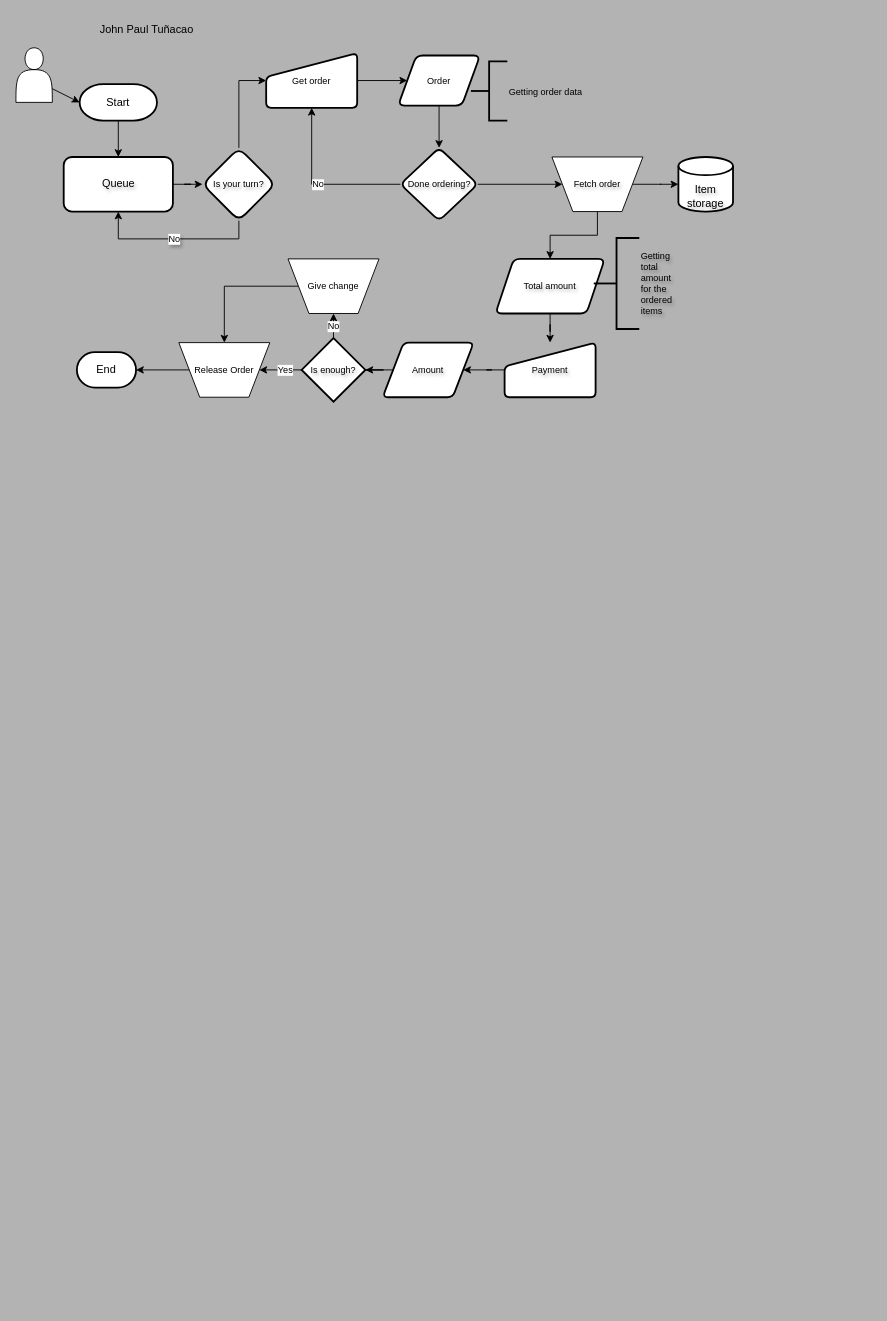
Earlier version of the draw.io diagram Canteen.drawio (Xzud/git_practice). Source tidied: cells renumbered, new cells numbered last; positions are measured from the earlier drawing's top-left corner, leaving out a move shared by most shapes. Both pictures are drawn from the tidied source at 91%, with x=0, y=0 at pixel (15, 15).
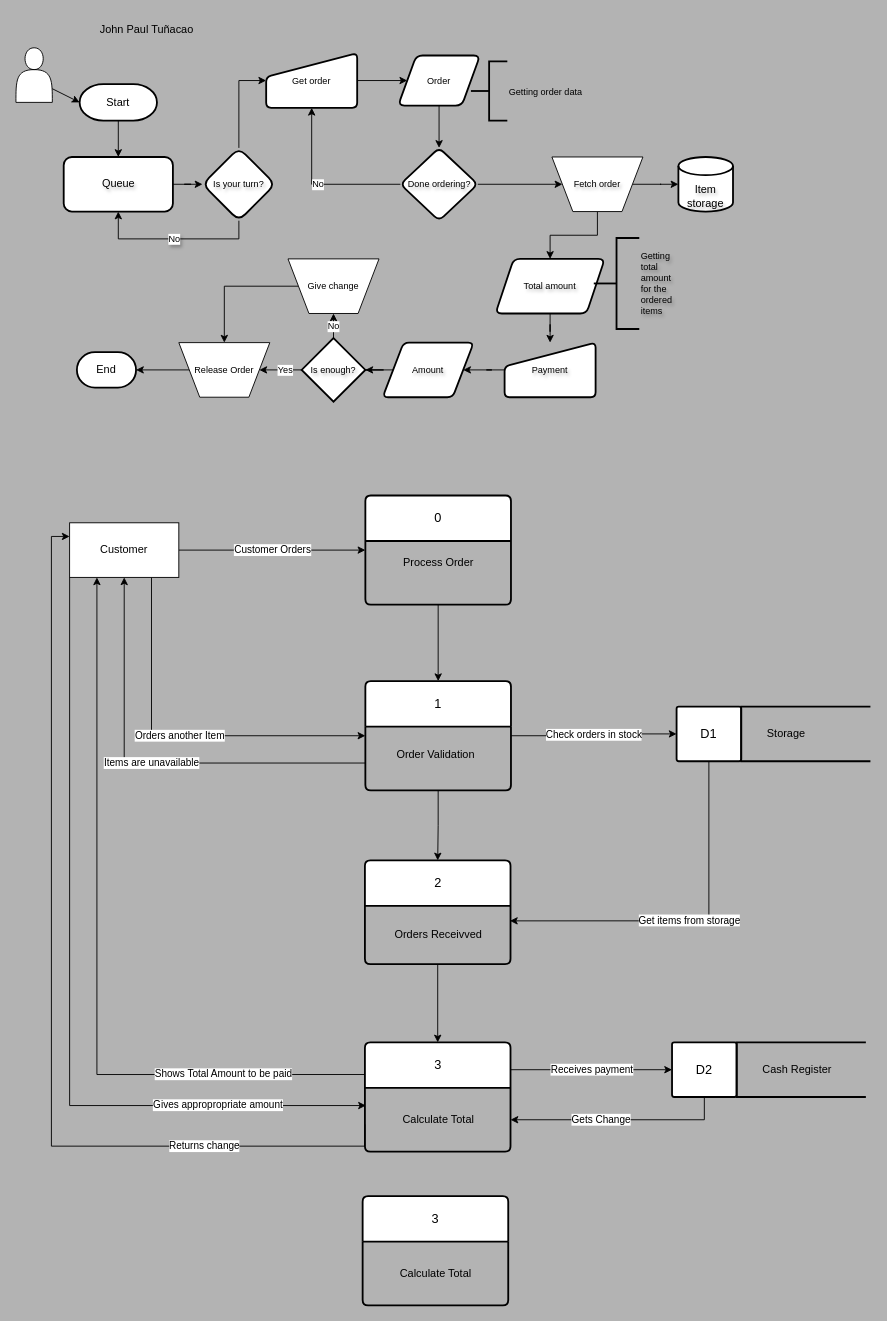
The same page after the edit.

The edit, as a diff of the source:
```diff
@@
+    <mxCell id="40" value="Customer Orders" style="edgeStyle=orthogonalEdgeStyle;rounded=0;jettySize=auto;html=1;exitX=1;exitY=0.5;exitDx=0;exitDy=0;entryX=0;entryY=0.5;entryDx=0;entryDy=0;fontSize=11;" parent="1" edge="1" source="42" target="44">
+      <mxGeometry relative="1" as="geometry" />
+    </mxCell>
+    <mxCell id="41" value="Orders another Item" style="edgeStyle=orthogonalEdgeStyle;rounded=0;jettySize=auto;html=1;exitX=0.75;exitY=1;exitDx=0;exitDy=0;entryX=0;entryY=0.5;entryDx=0;entryDy=0;" parent="1" edge="1" source="42" target="48">
+      <mxGeometry relative="1" as="geometry" />
+    </mxCell>
+    <mxCell id="42" value="Customer" style="rounded=0;whiteSpace=wrap;html=1;" parent="1" vertex="1">
+      <mxGeometry x="59" y="557" width="120" height="60" as="geometry" />
+    </mxCell>
+    <mxCell id="43" style="edgeStyle=orthogonalEdgeStyle;rounded=0;jettySize=auto;html=1;exitX=0.5;exitY=1;exitDx=0;exitDy=0;" parent="1" edge="1" source="44" target="48">
+      <mxGeometry relative="1" as="geometry" />
+    </mxCell>
+    <mxCell id="44" value="0" style="swimlane;horizontal=1;startSize=50;rounded=1;fontSize=14;fontStyle=0;strokeWidth=2;shadow=0;dashed=0;align=center;arcSize=4;whiteSpace=wrap;html=1;" parent="1" vertex="1">
+      <mxGeometry x="384" y="527" width="160" height="120" as="geometry" />
+    </mxCell>
+    <mxCell id="45" value="Items are unavailable" style="edgeStyle=orthogonalEdgeStyle;rounded=0;jettySize=auto;html=1;exitX=0;exitY=0.75;exitDx=0;exitDy=0;entryX=0.5;entryY=1;entryDx=0;entryDy=0;" parent="1" edge="1" source="48" target="42">
+      <mxGeometry relative="1" as="geometry" />
+    </mxCell>
+    <mxCell id="46" style="edgeStyle=orthogonalEdgeStyle;rounded=0;jettySize=auto;html=1;exitX=0.5;exitY=1;exitDx=0;exitDy=0;" parent="1" edge="1" source="48" target="52">
+      <mxGeometry relative="1" as="geometry" />
+    </mxCell>
+    <mxCell id="47" value="Check orders in stock" style="edgeStyle=orthogonalEdgeStyle;rounded=0;jettySize=auto;html=1;exitX=1;exitY=0.5;exitDx=0;exitDy=0;entryX=0;entryY=0.5;entryDx=0;entryDy=0;" parent="1" edge="1" source="48" target="65">
+      <mxGeometry relative="1" as="geometry" />
+    </mxCell>
+    <mxCell id="48" value="1" style="swimlane;horizontal=1;startSize=50;rounded=1;fontSize=14;fontStyle=0;strokeWidth=2;shadow=0;dashed=0;align=center;arcSize=4;whiteSpace=wrap;html=1;" parent="1" vertex="1">
+      <mxGeometry x="384" y="731" width="160" height="120" as="geometry" />
+    </mxCell>
+    <mxCell id="49" value="Process Order" style="text;html=1;align=center;verticalAlign=middle;strokeColor=none;fillColor=none;" parent="1" vertex="1">
+      <mxGeometry x="416" y="588" width="95" height="26" as="geometry" />
+    </mxCell>
+    <mxCell id="50" value="Order Validation" style="text;html=1;align=center;verticalAlign=middle;strokeColor=none;fillColor=none;" parent="1" vertex="1">
+      <mxGeometry x="409" y="799" width="104" height="26" as="geometry" />
+    </mxCell>
+    <mxCell id="51" value="Shows Total Amount to be paid" style="edgeStyle=orthogonalEdgeStyle;rounded=0;jettySize=auto;html=1;exitX=0.005;exitY=0.294;exitDx=0;exitDy=0;entryX=0.25;entryY=1;entryDx=0;entryDy=0;exitPerimeter=0;" parent="1" edge="1" source="57" target="42">
+      <mxGeometry x="-0.63" relative="1" as="geometry" />
+    </mxCell>
+    <mxCell id="52" value="2" style="swimlane;horizontal=1;startSize=50;rounded=1;fontSize=14;fontStyle=0;strokeWidth=2;shadow=0;dashed=0;align=center;arcSize=4;whiteSpace=wrap;html=1;" parent="1" vertex="1">
+      <mxGeometry x="383.5" y="928" width="160" height="114" as="geometry" />
+    </mxCell>
+    <mxCell id="53" value="Orders Receivved" style="text;html=1;align=center;verticalAlign=middle;points=[];strokeColor=none;fillColor=none;" parent="52" vertex="1">
+      <mxGeometry y="50" width="160" height="64" as="geometry" />
+    </mxCell>
+    <mxCell id="54" value="Get items from storage" style="edgeStyle=orthogonalEdgeStyle;rounded=0;jettySize=auto;html=1;exitX=0.5;exitY=1;exitDx=0;exitDy=0;entryX=0.996;entryY=0.257;entryDx=0;entryDy=0;entryPerimeter=0;" parent="1" edge="1" source="65" target="53">
+      <mxGeometry relative="1" as="geometry" />
+    </mxCell>
+    <mxCell id="55" value="Receives payment" style="edgeStyle=orthogonalEdgeStyle;rounded=0;jettySize=auto;html=1;exitX=1;exitY=0.25;exitDx=0;exitDy=0;entryX=0;entryY=0.5;entryDx=0;entryDy=0;" parent="1" edge="1" source="57" target="62">
+      <mxGeometry relative="1" as="geometry" />
+    </mxCell>
+    <mxCell id="56" value="Returns change" style="edgeStyle=orthogonalEdgeStyle;rounded=0;jettySize=auto;html=1;exitX=0;exitY=0.75;exitDx=0;exitDy=0;entryX=0;entryY=0.25;entryDx=0;entryDy=0;" parent="1" edge="1" source="57" target="42">
+      <mxGeometry x="-0.62" relative="1" as="geometry">
+        <Array as="points">
+          <mxPoint x="384" y="1242" />
+          <mxPoint x="39" y="1242" />
+          <mxPoint x="39" y="572" />
+        </Array>
+      </mxGeometry>
+    </mxCell>
+    <mxCell id="57" value="3" style="swimlane;horizontal=1;startSize=50;rounded=1;fontSize=14;fontStyle=0;strokeWidth=2;shadow=0;dashed=0;align=center;arcSize=4;whiteSpace=wrap;html=1;" parent="1" vertex="1">
+      <mxGeometry x="383.5" y="1128" width="160" height="120" as="geometry" />
+    </mxCell>
+    <mxCell id="58" value="Calculate Total" style="text;html=1;align=center;verticalAlign=middle;points=[];strokeColor=none;fillColor=none;" parent="57" vertex="1">
+      <mxGeometry y="50" width="160" height="70" as="geometry" />
+    </mxCell>
+    <mxCell id="59" style="edgeStyle=orthogonalEdgeStyle;rounded=0;jettySize=auto;html=1;entryX=0.5;entryY=0;entryDx=0;entryDy=0;" parent="1" edge="1" source="53" target="57">
+      <mxGeometry relative="1" as="geometry" />
+    </mxCell>
+    <mxCell id="60" value="Gives appropropriate amount" style="edgeStyle=orthogonalEdgeStyle;rounded=0;jettySize=auto;html=1;exitX=0;exitY=1;exitDx=0;exitDy=0;entryX=0.007;entryY=0.277;entryDx=0;entryDy=0;entryPerimeter=0;" parent="1" edge="1" source="42" target="58">
+      <mxGeometry x="0.64" relative="1" as="geometry">
+        <Array as="points">
+          <mxPoint x="59" y="1197" />
+        </Array>
+      </mxGeometry>
+    </mxCell>
+    <mxCell id="61" style="group;" parent="1" vertex="1">
+      <mxGeometry x="721" y="1128" width="213" height="60" as="geometry" />
+    </mxCell>
+    <mxCell id="62" value="D2" style="whiteSpace=wrap;html=1;fontSize=14;fontStyle=0;startSize=50;rounded=1;strokeWidth=2;shadow=0;dashed=0;arcSize=4;" parent="61" vertex="1">
+      <mxGeometry width="71" height="60" as="geometry" />
+    </mxCell>
+    <mxCell id="63" value="&lt;span style=&quot;white-space: pre;&quot;&gt;&#9;&lt;/span&gt;Cash Register" style="strokeWidth=2;html=1;shape=mxgraph.flowchart.annotation_1;align=left;" parent="61" vertex="1">
+      <mxGeometry x="71" width="142" height="60" as="geometry" />
+    </mxCell>
+    <mxCell id="64" style="group;" parent="1" vertex="1">
+      <mxGeometry x="726" y="759" width="213" height="60" as="geometry" />
+    </mxCell>
+    <mxCell id="65" value="D1" style="whiteSpace=wrap;html=1;fontSize=14;fontStyle=0;startSize=50;rounded=1;strokeWidth=2;shadow=0;dashed=0;arcSize=4;" parent="64" vertex="1">
+      <mxGeometry width="71" height="60" as="geometry" />
+    </mxCell>
+    <mxCell id="66" value="&lt;span style=&quot;white-space: pre;&quot;&gt;&#9;&lt;/span&gt;Storage" style="strokeWidth=2;html=1;shape=mxgraph.flowchart.annotation_1;align=left;" parent="64" vertex="1">
+      <mxGeometry x="71" width="142" height="60" as="geometry" />
+    </mxCell>
+    <mxCell id="67" style="edgeStyle=orthogonalEdgeStyle;rounded=0;jettySize=auto;html=1;exitX=0.5;exitY=1;exitDx=0;exitDy=0;" parent="1" edge="1" source="62" target="58">
+      <mxGeometry relative="1" as="geometry" />
+    </mxCell>
+    <mxCell id="68" value="Gets Change" style="edgeLabel;html=1;align=center;verticalAlign=middle;" parent="67" vertex="1">
+      <mxGeometry x="0.17" y="-1" relative="1" as="geometry" />
+    </mxCell>
+    <mxCell id="69" value="3" style="swimlane;horizontal=1;startSize=50;rounded=1;fontSize=14;fontStyle=0;strokeWidth=2;shadow=0;dashed=0;align=center;arcSize=4;whiteSpace=wrap;html=1;" parent="1" vertex="1">
+      <mxGeometry x="381" y="1297" width="160" height="120" as="geometry" />
+    </mxCell>
+    <mxCell id="70" value="Calculate Total" style="text;html=1;align=center;verticalAlign=middle;strokeColor=none;fillColor=none;" parent="69" vertex="1">
+      <mxGeometry y="50" width="160" height="70" as="geometry" />
+    </mxCell>
```
